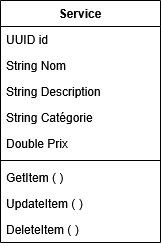
hafsaa22/API_REST_Serverless keeps this draw.io diagram as UML_Diagrams/Diagramme_de_classes.png. Above is the earlier version. Source tidied: cells renumbered, new cells last; positions are measured from the earlier drawing's top-left corner, leaving out a move shared by most shapes. Its diagram source:
```xml
<mxGraphModel>
  <root>
    <mxCell id="0" />
    <mxCell id="1" parent="0" />
    <mxCell id="2" value="Service" style="swimlane;fontStyle=1;align=center;verticalAlign=top;horizontal=1;startSize=26;rounded=0;shadow=0;strokeWidth=1;" parent="1" vertex="1">
      <mxGeometry width="160" height="242" as="geometry" />
    </mxCell>
    <mxCell id="3" value="UUID id" style="text;align=left;verticalAlign=top;spacingLeft=4;spacingRight=4;overflow=hidden;" parent="2" vertex="1">
      <mxGeometry y="26" width="160" height="26" as="geometry" />
    </mxCell>
    <mxCell id="4" value="String Nom" style="text;align=left;verticalAlign=top;spacingLeft=4;spacingRight=4;overflow=hidden;rounded=0;shadow=0;html=0;" parent="2" vertex="1">
      <mxGeometry y="52" width="160" height="26" as="geometry" />
    </mxCell>
    <mxCell id="5" value="String Description" style="text;align=left;verticalAlign=top;spacingLeft=4;spacingRight=4;overflow=hidden;rounded=0;shadow=0;html=0;" parent="2" vertex="1">
      <mxGeometry y="78" width="160" height="26" as="geometry" />
    </mxCell>
    <mxCell id="6" value="String Catégorie" style="text;align=left;verticalAlign=top;spacingLeft=4;spacingRight=4;overflow=hidden;rounded=0;shadow=0;html=0;" parent="2" vertex="1">
      <mxGeometry y="104" width="160" height="26" as="geometry" />
    </mxCell>
    <mxCell id="7" value="Double Prix" style="text;align=left;verticalAlign=top;spacingLeft=4;spacingRight=4;overflow=hidden;rounded=0;shadow=0;html=0;" parent="2" vertex="1">
      <mxGeometry y="130" width="160" height="26" as="geometry" />
    </mxCell>
    <mxCell id="8" style="line;html=1;strokeWidth=1;align=left;verticalAlign=middle;spacingTop=-1;spacingLeft=3;spacingRight=3;labelPosition=right;" parent="2" vertex="1">
      <mxGeometry y="156" width="160" height="8" as="geometry" />
    </mxCell>
    <mxCell id="9" value="GetItem ( )" style="text;align=left;verticalAlign=top;spacingLeft=4;spacingRight=4;overflow=hidden;" parent="2" vertex="1">
      <mxGeometry y="164" width="160" height="26" as="geometry" />
    </mxCell>
    <mxCell id="10" value="UpdateItem ( )" style="text;align=left;verticalAlign=top;spacingLeft=4;spacingRight=4;overflow=hidden;" parent="2" vertex="1">
      <mxGeometry y="190" width="160" height="26" as="geometry" />
    </mxCell>
    <mxCell id="11" value="DeleteItem ( )" style="text;align=left;verticalAlign=top;spacingLeft=4;spacingRight=4;overflow=hidden;" parent="2" vertex="1">
      <mxGeometry y="216" width="160" height="26" as="geometry" />
    </mxCell>
  </root>
</mxGraphModel>
```
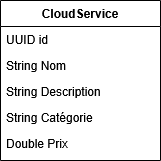
Later version of the same file.

Commit message:
Diagramme_de_classes modifié

What changed in the source:
```diff
@@ -2,8 +2,8 @@
   <root>
     <mxCell id="0" />
     <mxCell id="1" parent="0" />
-    <mxCell id="2" value="Service" style="swimlane;fontStyle=1;align=center;verticalAlign=top;horizontal=1;startSize=26;rounded=0;shadow=0;strokeWidth=1;" parent="1" vertex="1">
-      <mxGeometry width="160" height="242" as="geometry" />
+    <mxCell id="2" value="CloudService" style="swimlane;fontStyle=1;align=center;verticalAlign=top;horizontal=1;startSize=26;rounded=0;shadow=0;strokeWidth=1;" parent="1" vertex="1">
+      <mxGeometry width="160" height="160" as="geometry" />
     </mxCell>
     <mxCell id="3" value="UUID id" style="text;align=left;verticalAlign=top;spacingLeft=4;spacingRight=4;overflow=hidden;" parent="2" vertex="1">
       <mxGeometry y="26" width="160" height="26" as="geometry" />
@@ -20,17 +20,5 @@
     <mxCell id="7" value="Double Prix" style="text;align=left;verticalAlign=top;spacingLeft=4;spacingRight=4;overflow=hidden;rounded=0;shadow=0;html=0;" parent="2" vertex="1">
       <mxGeometry y="130" width="160" height="26" as="geometry" />
     </mxCell>
-    <mxCell id="8" style="line;html=1;strokeWidth=1;align=left;verticalAlign=middle;spacingTop=-1;spacingLeft=3;spacingRight=3;labelPosition=right;" parent="2" vertex="1">
-      <mxGeometry y="156" width="160" height="8" as="geometry" />
-    </mxCell>
-    <mxCell id="9" value="GetItem ( )" style="text;align=left;verticalAlign=top;spacingLeft=4;spacingRight=4;overflow=hidden;" parent="2" vertex="1">
-      <mxGeometry y="164" width="160" height="26" as="geometry" />
-    </mxCell>
-    <mxCell id="10" value="UpdateItem ( )" style="text;align=left;verticalAlign=top;spacingLeft=4;spacingRight=4;overflow=hidden;" parent="2" vertex="1">
-      <mxGeometry y="190" width="160" height="26" as="geometry" />
-    </mxCell>
-    <mxCell id="11" value="DeleteItem ( )" style="text;align=left;verticalAlign=top;spacingLeft=4;spacingRight=4;overflow=hidden;" parent="2" vertex="1">
-      <mxGeometry y="216" width="160" height="26" as="geometry" />
-    </mxCell>
   </root>
 </mxGraphModel>
```
